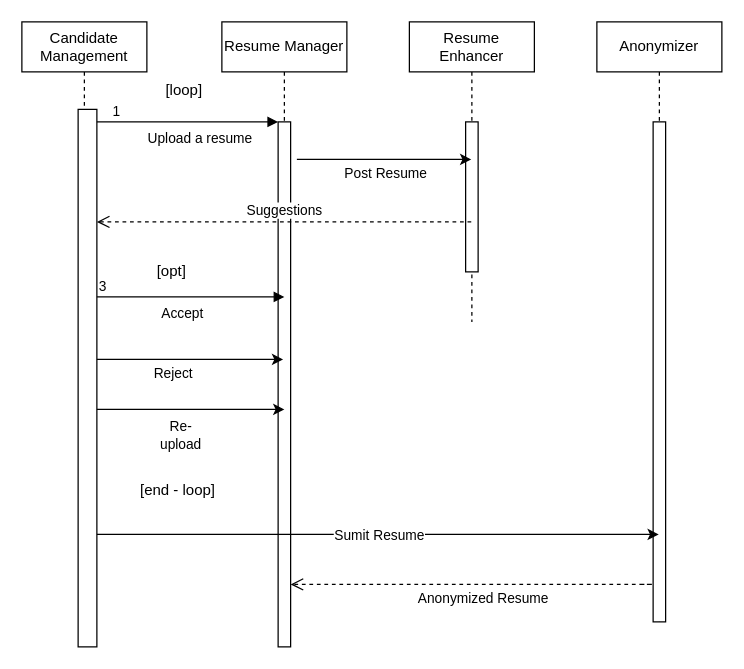
Above: Usecases/drawio_files/candidate-submission.drawio in SK11GS/Builders-Glitch (draw.io), before the change. Source tidied: cells renumbered, new cells numbered last; positions are measured from the earlier drawing's top-left corner, leaving out a move shared by most shapes. Both pictures are drawn from the tidied source at 125%, with x=0, y=0 at pixel (21, 21).
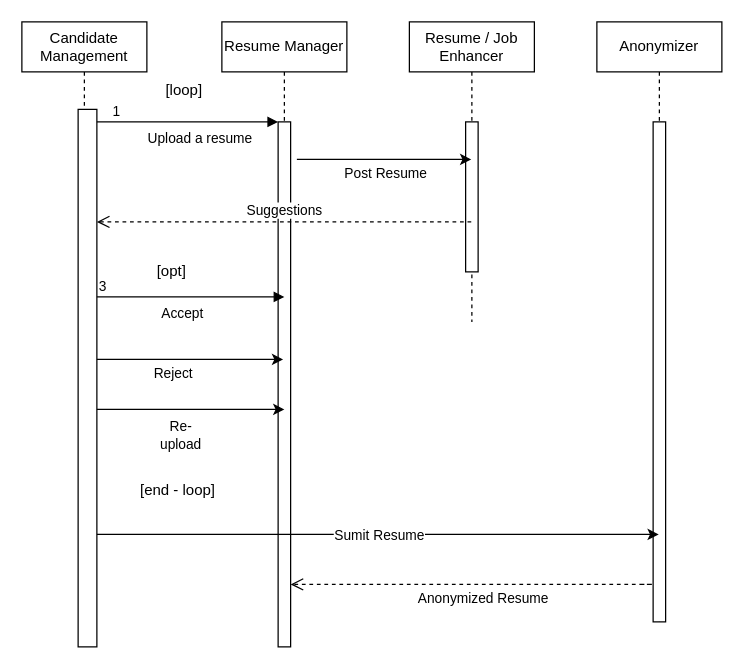
Above is the later version.

Diff of the diagram source:
```diff
@@
-    <mxCell id="6" value="&lt;div&gt;Resume Enhancer&lt;/div&gt;" style="shape=umlLifeline;perimeter=lifelinePerimeter;whiteSpace=wrap;html=1;outlineConnect=0;portConstraint=eastwest;newEdgeStyle={&quot;edgeStyle&quot;:&quot;elbowEdgeStyle&quot;,&quot;elbow&quot;:&quot;vertical&quot;,&quot;curved&quot;:0,&quot;rounded&quot;:0};" parent="1" vertex="1">
+    <mxCell id="6" value="&lt;div&gt;Resume / Job Enhancer&lt;/div&gt;" style="shape=umlLifeline;perimeter=lifelinePerimeter;whiteSpace=wrap;html=1;outlineConnect=0;portConstraint=eastwest;newEdgeStyle={&quot;edgeStyle&quot;:&quot;elbowEdgeStyle&quot;,&quot;elbow&quot;:&quot;vertical&quot;,&quot;curved&quot;:0,&quot;rounded&quot;:0};" parent="1" vertex="1">
       <mxGeometry x="310" width="100" height="240" as="geometry" />
     </mxCell>
```
